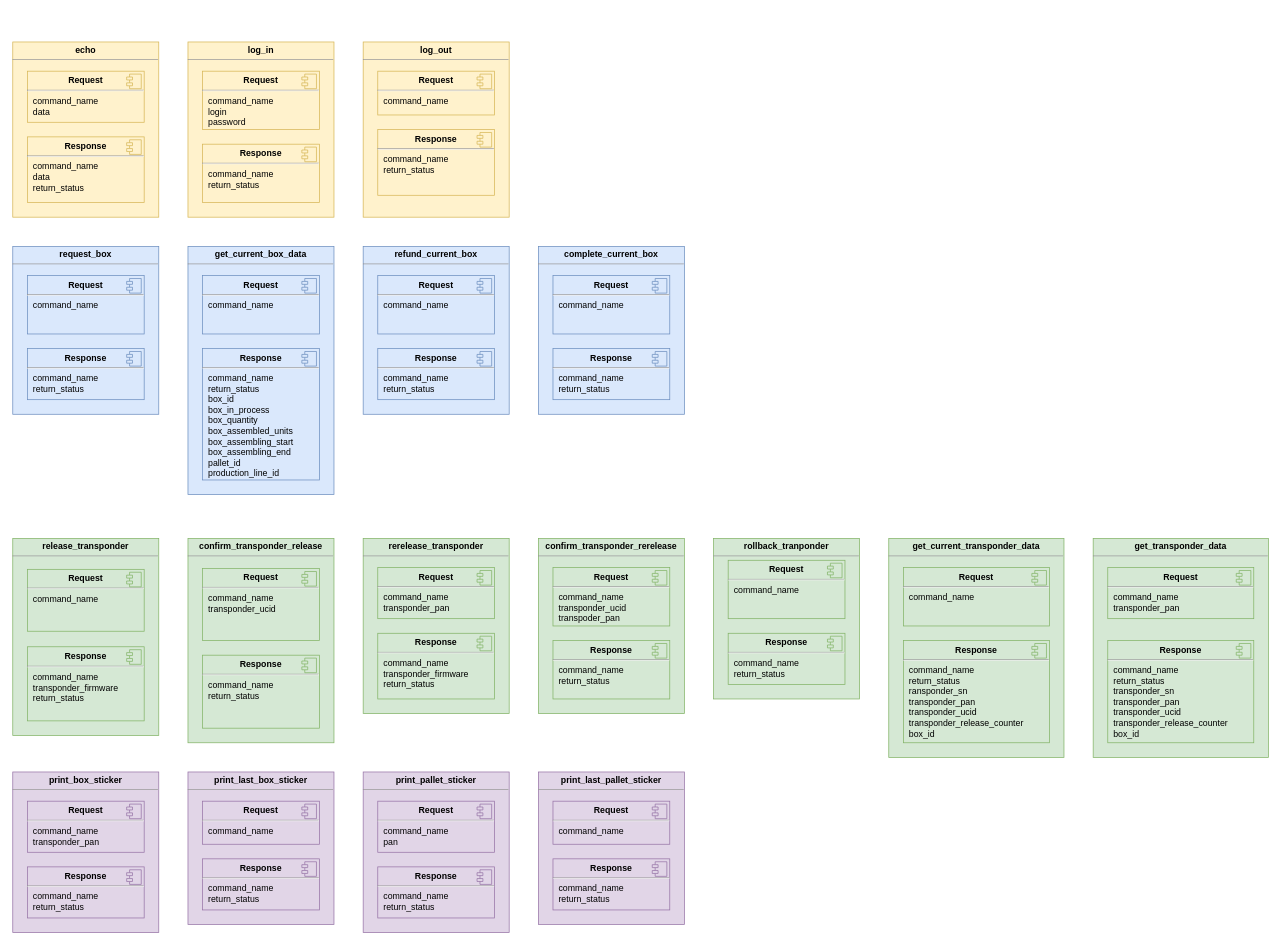
Above: Doc/Protocol.drawio in SultanLenvu/PersoServer (draw.io), before the change. Source tidied: cells renumbered, new cells numbered last; positions are measured from the earlier drawing's top-left corner, leaving out a move shared by most shapes. Both pictures are drawn from the tidied source at 73%, with x=0, y=0 at pixel (12, 42).
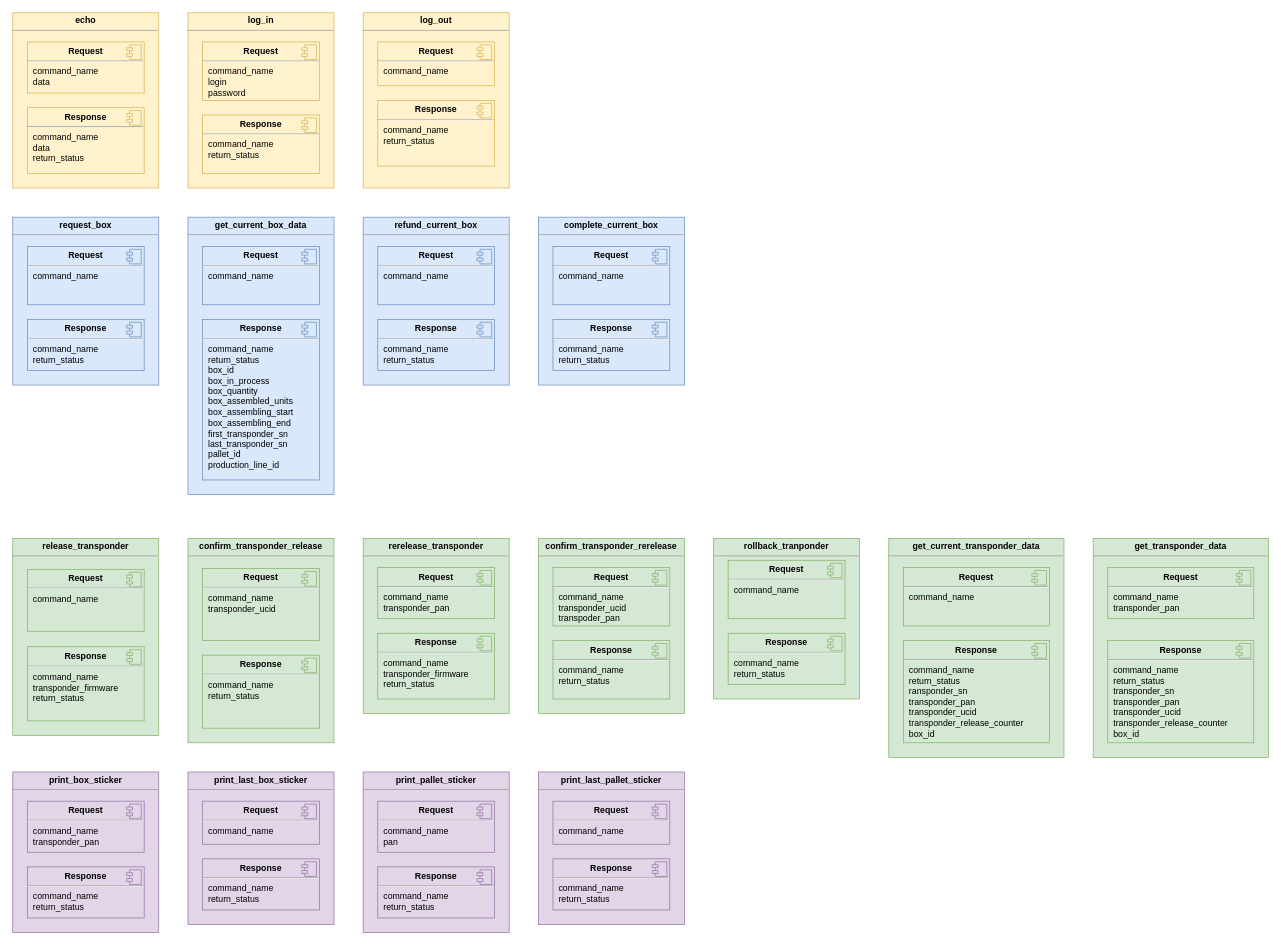
After the change.

Commit message (it also covers changes not shown here):
get_current_box_data command done

Diff of the diagram source:
```diff
@@
     <mxCell id="17" value="&lt;p style=&quot;text-align: center; margin: 4px 0px 0px;&quot;&gt;&lt;b&gt;log_in&lt;/b&gt;&lt;/p&gt;&lt;hr size=&quot;1&quot;&gt;&lt;div style=&quot;height: 2px&quot;&gt;&lt;/div&gt;" style="verticalAlign=top;align=left;overflow=fill;fontSize=12;fontFamily=Helvetica;html=1;strokeColor=#d6b656;fillColor=#fff2cc;" parent="1" vertex="1">
-      <mxGeometry x="240" width="200" height="240" as="geometry" />
+      <mxGeometry x="240" y="-40" width="200" height="240" as="geometry" />
     </mxCell>
     <mxCell id="18" value="&lt;p style=&quot;margin: 0px ; margin-top: 6px ; text-align: center&quot;&gt;&lt;span style=&quot;text-align: left&quot;&gt;&lt;b&gt;Request&lt;/b&gt;&lt;/span&gt;&lt;br&gt;&lt;/p&gt;&lt;hr&gt;&lt;p style=&quot;margin: 0px ; margin-left: 8px&quot;&gt;command_name&lt;br&gt;&lt;/p&gt;&lt;p style=&quot;margin: 0px ; margin-left: 8px&quot;&gt;login&lt;/p&gt;&lt;p style=&quot;margin: 0px ; margin-left: 8px&quot;&gt;password&lt;/p&gt;&lt;p style=&quot;margin: 0px ; margin-left: 8px&quot;&gt;&lt;br&gt;&lt;/p&gt;" style="align=left;overflow=fill;html=1;fillColor=#fff2cc;strokeColor=#d6b656;" parent="1" vertex="1">
-      <mxGeometry x="260" y="40" width="160" height="80" as="geometry" />
+      <mxGeometry x="260" width="160" height="80" as="geometry" />
     </mxCell>
@@
     <mxCell id="20" value="&lt;p style=&quot;margin: 0px ; margin-top: 6px ; text-align: center&quot;&gt;&lt;span style=&quot;text-align: left&quot;&gt;&lt;b&gt;Response&lt;/b&gt;&lt;/span&gt;&lt;br&gt;&lt;/p&gt;&lt;hr&gt;&lt;p style=&quot;margin: 0px 0px 0px 8px&quot;&gt;command_name&lt;br&gt;&lt;/p&gt;&lt;p style=&quot;margin: 0px ; margin-left: 8px&quot;&gt;&lt;span&gt;return_status&lt;/span&gt;&lt;/p&gt;&lt;p style=&quot;margin: 0px ; margin-left: 8px&quot;&gt;&lt;br&gt;&lt;/p&gt;&lt;p style=&quot;margin: 0px ; margin-left: 8px&quot;&gt;&lt;br&gt;&lt;/p&gt;" style="align=left;overflow=fill;html=1;fillColor=#fff2cc;strokeColor=#d6b656;" parent="1" vertex="1">
-      <mxGeometry x="260" y="140" width="160" height="80" as="geometry" />
+      <mxGeometry x="260" y="100" width="160" height="80" as="geometry" />
     </mxCell>
@@
     <mxCell id="22" value="&lt;p style=&quot;text-align: center; margin: 4px 0px 0px;&quot;&gt;&lt;b&gt;echo&lt;/b&gt;&lt;/p&gt;&lt;hr size=&quot;1&quot;&gt;&lt;div style=&quot;height: 2px&quot;&gt;&lt;/div&gt;" style="verticalAlign=top;align=left;overflow=fill;fontSize=12;fontFamily=Helvetica;html=1;fillColor=#fff2cc;strokeColor=#d6b656;" parent="1" vertex="1">
-      <mxGeometry width="200" height="240" as="geometry" />
+      <mxGeometry y="-40" width="200" height="240" as="geometry" />
     </mxCell>
     <mxCell id="23" value="&lt;p style=&quot;margin: 0px ; margin-top: 6px ; text-align: center&quot;&gt;&lt;span style=&quot;text-align: left&quot;&gt;&lt;b&gt;Request&lt;/b&gt;&lt;/span&gt;&lt;br&gt;&lt;/p&gt;&lt;hr&gt;&lt;p style=&quot;margin: 0px ; margin-left: 8px&quot;&gt;command_name&lt;br&gt;&lt;/p&gt;&lt;p style=&quot;margin: 0px ; margin-left: 8px&quot;&gt;data&lt;/p&gt;&lt;p style=&quot;margin: 0px ; margin-left: 8px&quot;&gt;&lt;br&gt;&lt;/p&gt;" style="align=left;overflow=fill;html=1;fillColor=#fff2cc;strokeColor=#d6b656;" parent="1" vertex="1">
-      <mxGeometry x="20" y="40" width="160" height="70" as="geometry" />
+      <mxGeometry x="20" width="160" height="70" as="geometry" />
     </mxCell>
@@
     <mxCell id="25" value="&lt;p style=&quot;margin: 0px ; margin-top: 6px ; text-align: center&quot;&gt;&lt;span style=&quot;text-align: left&quot;&gt;&lt;b&gt;Response&lt;/b&gt;&lt;/span&gt;&lt;br&gt;&lt;/p&gt;&lt;hr&gt;&lt;p style=&quot;margin: 0px 0px 0px 8px&quot;&gt;command_name&lt;br&gt;&lt;/p&gt;&lt;p style=&quot;margin: 0px ; margin-left: 8px&quot;&gt;data&lt;/p&gt;&lt;p style=&quot;margin: 0px ; margin-left: 8px&quot;&gt;return_status&lt;br&gt;&lt;/p&gt;&lt;p style=&quot;margin: 0px ; margin-left: 8px&quot;&gt;&lt;br&gt;&lt;/p&gt;&lt;p style=&quot;margin: 0px ; margin-left: 8px&quot;&gt;&lt;br&gt;&lt;/p&gt;" style="align=left;overflow=fill;html=1;fillColor=#fff2cc;strokeColor=#d6b656;" parent="1" vertex="1">
-      <mxGeometry x="20" y="130" width="160" height="90" as="geometry" />
+      <mxGeometry x="20" y="90" width="160" height="90" as="geometry" />
     </mxCell>
@@
     <mxCell id="52" value="&lt;p style=&quot;text-align: center ; margin: 4px 0px 0px&quot;&gt;&lt;b&gt;get_current_box_data&lt;/b&gt;&lt;/p&gt;&lt;hr size=&quot;1&quot;&gt;&lt;div style=&quot;height: 2px&quot;&gt;&lt;/div&gt;" style="verticalAlign=top;align=left;overflow=fill;fontSize=12;fontFamily=Helvetica;html=1;strokeColor=#6c8ebf;fillColor=#dae8fc;" parent="1" vertex="1">
-      <mxGeometry x="240" y="280" width="200" height="340" as="geometry" />
+      <mxGeometry x="240" y="240" width="200" height="380" as="geometry" />
     </mxCell>
     <mxCell id="53" value="&lt;p style=&quot;margin: 0px ; margin-top: 6px ; text-align: center&quot;&gt;&lt;span style=&quot;text-align: left&quot;&gt;&lt;b&gt;Request&lt;/b&gt;&lt;/span&gt;&lt;br&gt;&lt;/p&gt;&lt;hr&gt;&lt;p style=&quot;margin: 0px ; margin-left: 8px&quot;&gt;command_name&lt;/p&gt;&lt;p style=&quot;margin: 0px ; margin-left: 8px&quot;&gt;&lt;br&gt;&lt;/p&gt;" style="align=left;overflow=fill;html=1;fillColor=#dae8fc;strokeColor=#6c8ebf;" parent="1" vertex="1">
-      <mxGeometry x="260" y="320" width="160" height="80" as="geometry" />
+      <mxGeometry x="260" y="280" width="160" height="80" as="geometry" />
     </mxCell>
@@
-    <mxCell id="55" value="&lt;p style=&quot;margin: 0px ; margin-top: 6px ; text-align: center&quot;&gt;&lt;span style=&quot;text-align: left&quot;&gt;&lt;b&gt;Response&lt;/b&gt;&lt;/span&gt;&lt;br&gt;&lt;/p&gt;&lt;hr&gt;&lt;p style=&quot;margin: 0px 0px 0px 8px&quot;&gt;command_name&lt;br&gt;&lt;/p&gt;&lt;p style=&quot;margin: 0px ; margin-left: 8px&quot;&gt;&lt;span&gt;return_status&lt;/span&gt;&lt;br&gt;&lt;/p&gt;&lt;p style=&quot;margin: 0px 0px 0px 8px&quot;&gt;box_id&lt;br&gt;&lt;/p&gt;&lt;p style=&quot;margin: 0px ; margin-left: 8px&quot;&gt;box_in_process&lt;br&gt;&lt;/p&gt;&lt;p style=&quot;margin: 0px ; margin-left: 8px&quot;&gt;box_quantity&lt;br&gt;&lt;/p&gt;&lt;p style=&quot;margin: 0px ; margin-left: 8px&quot;&gt;box_assembled_units&lt;br&gt;&lt;/p&gt;&lt;p style=&quot;margin: 0px ; margin-left: 8px&quot;&gt;box_assembling_start&lt;br&gt;&lt;/p&gt;&lt;p style=&quot;margin: 0px ; margin-left: 8px&quot;&gt;box_assembling_end&lt;br&gt;&lt;/p&gt;&lt;p style=&quot;margin: 0px ; margin-left: 8px&quot;&gt;pallet_id&lt;br&gt;&lt;/p&gt;&lt;p style=&quot;margin: 0px ; margin-left: 8px&quot;&gt;production_line_id&lt;br&gt;&lt;/p&gt;" style="align=left;overflow=fill;html=1;fillColor=#dae8fc;strokeColor=#6c8ebf;" parent="1" vertex="1">
-      <mxGeometry x="260" y="420" width="160" height="180" as="geometry" />
+    <mxCell id="55" value="&lt;p style=&quot;margin: 0px ; margin-top: 6px ; text-align: center&quot;&gt;&lt;span style=&quot;text-align: left&quot;&gt;&lt;b&gt;Response&lt;/b&gt;&lt;/span&gt;&lt;br&gt;&lt;/p&gt;&lt;hr&gt;&lt;p style=&quot;margin: 0px 0px 0px 8px&quot;&gt;command_name&lt;br&gt;&lt;/p&gt;&lt;p style=&quot;margin: 0px ; margin-left: 8px&quot;&gt;&lt;span&gt;return_status&lt;/span&gt;&lt;br&gt;&lt;/p&gt;&lt;p style=&quot;margin: 0px 0px 0px 8px&quot;&gt;box_id&lt;br&gt;&lt;/p&gt;&lt;p style=&quot;margin: 0px ; margin-left: 8px&quot;&gt;box_in_process&lt;br&gt;&lt;/p&gt;&lt;p style=&quot;margin: 0px ; margin-left: 8px&quot;&gt;box_quantity&lt;br&gt;&lt;/p&gt;&lt;p style=&quot;margin: 0px ; margin-left: 8px&quot;&gt;box_assembled_units&lt;br&gt;&lt;/p&gt;&lt;p style=&quot;margin: 0px ; margin-left: 8px&quot;&gt;box_assembling_start&lt;br&gt;&lt;/p&gt;&lt;p style=&quot;margin: 0px ; margin-left: 8px&quot;&gt;box_assembling_end&lt;br&gt;&lt;/p&gt;&lt;p style=&quot;margin: 0px ; margin-left: 8px&quot;&gt;first_transponder_sn&lt;/p&gt;&lt;p style=&quot;margin: 0px ; margin-left: 8px&quot;&gt;last_transponder_sn&lt;br&gt;&lt;/p&gt;&lt;p style=&quot;margin: 0px ; margin-left: 8px&quot;&gt;pallet_id&lt;br&gt;&lt;/p&gt;&lt;p style=&quot;margin: 0px ; margin-left: 8px&quot;&gt;production_line_id&lt;br&gt;&lt;/p&gt;&lt;p style=&quot;margin: 0px ; margin-left: 8px&quot;&gt;&lt;br&gt;&lt;/p&gt;" style="align=left;overflow=fill;html=1;fillColor=#dae8fc;strokeColor=#6c8ebf;" parent="1" vertex="1">
+      <mxGeometry x="260" y="380" width="160" height="220" as="geometry" />
     </mxCell>
@@
     <mxCell id="62" value="&lt;p style=&quot;text-align: center; margin: 4px 0px 0px;&quot;&gt;&lt;b&gt;log_out&lt;/b&gt;&lt;/p&gt;&lt;hr size=&quot;1&quot;&gt;&lt;div style=&quot;height: 2px&quot;&gt;&lt;/div&gt;" style="verticalAlign=top;align=left;overflow=fill;fontSize=12;fontFamily=Helvetica;html=1;fillColor=#fff2cc;strokeColor=#d6b656;" parent="1" vertex="1">
-      <mxGeometry x="480" width="200" height="240" as="geometry" />
+      <mxGeometry x="480" y="-40" width="200" height="240" as="geometry" />
     </mxCell>
     <mxCell id="63" value="&lt;p style=&quot;margin: 0px ; margin-top: 6px ; text-align: center&quot;&gt;&lt;span style=&quot;text-align: left&quot;&gt;&lt;b&gt;Request&lt;/b&gt;&lt;/span&gt;&lt;br&gt;&lt;/p&gt;&lt;hr&gt;&lt;p style=&quot;margin: 0px ; margin-left: 8px&quot;&gt;command_name&lt;/p&gt;&lt;p style=&quot;margin: 0px ; margin-left: 8px&quot;&gt;&lt;br&gt;&lt;/p&gt;" style="align=left;overflow=fill;html=1;fillColor=#fff2cc;strokeColor=#d6b656;" parent="1" vertex="1">
-      <mxGeometry x="500" y="40" width="160" height="60" as="geometry" />
+      <mxGeometry x="500" width="160" height="60" as="geometry" />
     </mxCell>
@@
     <mxCell id="65" value="&lt;p style=&quot;margin: 0px ; margin-top: 6px ; text-align: center&quot;&gt;&lt;span style=&quot;text-align: left&quot;&gt;&lt;b&gt;Response&lt;/b&gt;&lt;/span&gt;&lt;br&gt;&lt;/p&gt;&lt;hr&gt;&lt;p style=&quot;margin: 0px 0px 0px 8px&quot;&gt;command_name&lt;br&gt;&lt;/p&gt;&lt;p style=&quot;margin: 0px ; margin-left: 8px&quot;&gt;&lt;span&gt;return_status&lt;/span&gt;&lt;br&gt;&lt;/p&gt;&lt;p style=&quot;margin: 0px ; margin-left: 8px&quot;&gt;&lt;br&gt;&lt;/p&gt;&lt;p style=&quot;margin: 0px ; margin-left: 8px&quot;&gt;&lt;br&gt;&lt;/p&gt;" style="align=left;overflow=fill;html=1;fillColor=#fff2cc;strokeColor=#d6b656;" parent="1" vertex="1">
-      <mxGeometry x="500" y="120" width="160" height="90" as="geometry" />
+      <mxGeometry x="500" y="80" width="160" height="90" as="geometry" />
     </mxCell>
@@
     <mxCell id="67" value="&lt;p style=&quot;text-align: center ; margin: 4px 0px 0px&quot;&gt;&lt;b&gt;refund_current_box&lt;/b&gt;&lt;/p&gt;&lt;hr size=&quot;1&quot;&gt;&lt;div style=&quot;height: 2px&quot;&gt;&lt;/div&gt;" style="verticalAlign=top;align=left;overflow=fill;fontSize=12;fontFamily=Helvetica;html=1;strokeColor=#6c8ebf;fillColor=#dae8fc;" parent="1" vertex="1">
-      <mxGeometry x="480" y="280" width="200" height="230" as="geometry" />
+      <mxGeometry x="480" y="240" width="200" height="230" as="geometry" />
     </mxCell>
     <mxCell id="68" value="&lt;p style=&quot;margin: 0px ; margin-top: 6px ; text-align: center&quot;&gt;&lt;span style=&quot;text-align: left&quot;&gt;&lt;b&gt;Request&lt;/b&gt;&lt;/span&gt;&lt;br&gt;&lt;/p&gt;&lt;hr&gt;&lt;p style=&quot;margin: 0px ; margin-left: 8px&quot;&gt;command_name&lt;/p&gt;&lt;p style=&quot;margin: 0px ; margin-left: 8px&quot;&gt;&lt;br&gt;&lt;/p&gt;" style="align=left;overflow=fill;html=1;fillColor=#dae8fc;strokeColor=#6c8ebf;" parent="1" vertex="1">
-      <mxGeometry x="500" y="320" width="160" height="80" as="geometry" />
+      <mxGeometry x="500" y="280" width="160" height="80" as="geometry" />
     </mxCell>
@@
     <mxCell id="70" value="&lt;p style=&quot;margin: 0px ; margin-top: 6px ; text-align: center&quot;&gt;&lt;span style=&quot;text-align: left&quot;&gt;&lt;b&gt;Response&lt;/b&gt;&lt;/span&gt;&lt;br&gt;&lt;/p&gt;&lt;hr&gt;&lt;p style=&quot;margin: 0px 0px 0px 8px&quot;&gt;command_name&lt;br&gt;&lt;/p&gt;&lt;p style=&quot;margin: 0px ; margin-left: 8px&quot;&gt;&lt;span&gt;return_status&lt;/span&gt;&lt;/p&gt;&lt;p style=&quot;margin: 0px ; margin-left: 8px&quot;&gt;&lt;br&gt;&lt;/p&gt;&lt;p style=&quot;margin: 0px ; margin-left: 8px&quot;&gt;&lt;br&gt;&lt;/p&gt;&lt;p style=&quot;margin: 0px ; margin-left: 8px&quot;&gt;&lt;br&gt;&lt;/p&gt;" style="align=left;overflow=fill;html=1;fillColor=#dae8fc;strokeColor=#6c8ebf;" parent="1" vertex="1">
-      <mxGeometry x="500" y="420" width="160" height="70" as="geometry" />
+      <mxGeometry x="500" y="380" width="160" height="70" as="geometry" />
     </mxCell>
@@
     <mxCell id="82" value="&lt;p style=&quot;text-align: center ; margin: 4px 0px 0px&quot;&gt;&lt;b&gt;request_box&lt;/b&gt;&lt;/p&gt;&lt;hr size=&quot;1&quot;&gt;&lt;div style=&quot;height: 2px&quot;&gt;&lt;/div&gt;" style="verticalAlign=top;align=left;overflow=fill;fontSize=12;fontFamily=Helvetica;html=1;strokeColor=#6c8ebf;fillColor=#dae8fc;" parent="1" vertex="1">
-      <mxGeometry y="280" width="200" height="230" as="geometry" />
+      <mxGeometry y="240" width="200" height="230" as="geometry" />
     </mxCell>
     <mxCell id="83" value="&lt;p style=&quot;margin: 0px ; margin-top: 6px ; text-align: center&quot;&gt;&lt;span style=&quot;text-align: left&quot;&gt;&lt;b&gt;Request&lt;/b&gt;&lt;/span&gt;&lt;br&gt;&lt;/p&gt;&lt;hr&gt;&lt;p style=&quot;margin: 0px ; margin-left: 8px&quot;&gt;command_name&lt;/p&gt;&lt;p style=&quot;margin: 0px ; margin-left: 8px&quot;&gt;&lt;br&gt;&lt;/p&gt;" style="align=left;overflow=fill;html=1;fillColor=#dae8fc;strokeColor=#6c8ebf;" parent="1" vertex="1">
-      <mxGeometry x="20" y="320" width="160" height="80" as="geometry" />
+      <mxGeometry x="20" y="280" width="160" height="80" as="geometry" />
     </mxCell>
@@
     <mxCell id="85" value="&lt;p style=&quot;margin: 0px ; margin-top: 6px ; text-align: center&quot;&gt;&lt;span style=&quot;text-align: left&quot;&gt;&lt;b&gt;Response&lt;/b&gt;&lt;/span&gt;&lt;br&gt;&lt;/p&gt;&lt;hr&gt;&lt;p style=&quot;margin: 0px 0px 0px 8px&quot;&gt;command_name&lt;br&gt;&lt;/p&gt;&lt;p style=&quot;margin: 0px ; margin-left: 8px&quot;&gt;&lt;span&gt;return_status&lt;/span&gt;&lt;/p&gt;&lt;p style=&quot;margin: 0px ; margin-left: 8px&quot;&gt;&lt;br&gt;&lt;/p&gt;&lt;p style=&quot;margin: 0px ; margin-left: 8px&quot;&gt;&lt;br&gt;&lt;/p&gt;&lt;p style=&quot;margin: 0px ; margin-left: 8px&quot;&gt;&lt;br&gt;&lt;/p&gt;" style="align=left;overflow=fill;html=1;fillColor=#dae8fc;strokeColor=#6c8ebf;" parent="1" vertex="1">
-      <mxGeometry x="20" y="420" width="160" height="70" as="geometry" />
+      <mxGeometry x="20" y="380" width="160" height="70" as="geometry" />
     </mxCell>
@@
     <mxCell id="87" value="&lt;p style=&quot;text-align: center ; margin: 4px 0px 0px&quot;&gt;&lt;b&gt;complete_current_box&lt;/b&gt;&lt;/p&gt;&lt;hr size=&quot;1&quot;&gt;&lt;div style=&quot;height: 2px&quot;&gt;&lt;/div&gt;" style="verticalAlign=top;align=left;overflow=fill;fontSize=12;fontFamily=Helvetica;html=1;strokeColor=#6c8ebf;fillColor=#dae8fc;" parent="1" vertex="1">
-      <mxGeometry x="720" y="280" width="200" height="230" as="geometry" />
+      <mxGeometry x="720" y="240" width="200" height="230" as="geometry" />
     </mxCell>
     <mxCell id="88" value="&lt;p style=&quot;margin: 0px ; margin-top: 6px ; text-align: center&quot;&gt;&lt;span style=&quot;text-align: left&quot;&gt;&lt;b&gt;Request&lt;/b&gt;&lt;/span&gt;&lt;br&gt;&lt;/p&gt;&lt;hr&gt;&lt;p style=&quot;margin: 0px ; margin-left: 8px&quot;&gt;command_name&lt;/p&gt;&lt;p style=&quot;margin: 0px ; margin-left: 8px&quot;&gt;&lt;br&gt;&lt;/p&gt;" style="align=left;overflow=fill;html=1;fillColor=#dae8fc;strokeColor=#6c8ebf;" parent="1" vertex="1">
-      <mxGeometry x="740" y="320" width="160" height="80" as="geometry" />
+      <mxGeometry x="740" y="280" width="160" height="80" as="geometry" />
     </mxCell>
@@
     <mxCell id="90" value="&lt;p style=&quot;margin: 0px ; margin-top: 6px ; text-align: center&quot;&gt;&lt;span style=&quot;text-align: left&quot;&gt;&lt;b&gt;Response&lt;/b&gt;&lt;/span&gt;&lt;br&gt;&lt;/p&gt;&lt;hr&gt;&lt;p style=&quot;margin: 0px 0px 0px 8px&quot;&gt;command_name&lt;br&gt;&lt;/p&gt;&lt;p style=&quot;margin: 0px ; margin-left: 8px&quot;&gt;&lt;span&gt;return_status&lt;/span&gt;&lt;/p&gt;&lt;p style=&quot;margin: 0px ; margin-left: 8px&quot;&gt;&lt;br&gt;&lt;/p&gt;&lt;p style=&quot;margin: 0px ; margin-left: 8px&quot;&gt;&lt;br&gt;&lt;/p&gt;&lt;p style=&quot;margin: 0px ; margin-left: 8px&quot;&gt;&lt;br&gt;&lt;/p&gt;" style="align=left;overflow=fill;html=1;fillColor=#dae8fc;strokeColor=#6c8ebf;" parent="1" vertex="1">
-      <mxGeometry x="740" y="420" width="160" height="70" as="geometry" />
+      <mxGeometry x="740" y="380" width="160" height="70" as="geometry" />
     </mxCell>
```
